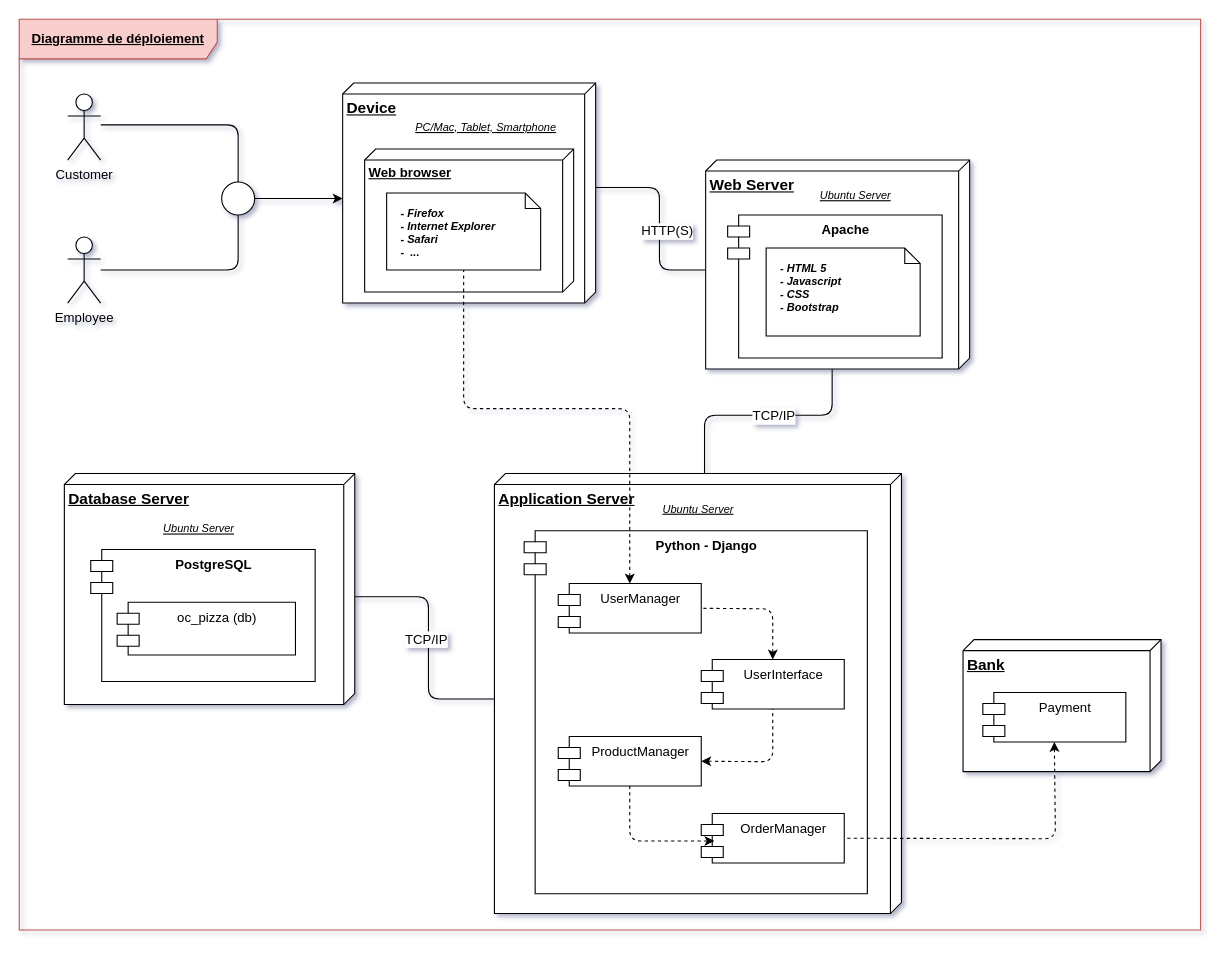
Above: Diagrammes/diagramme_deploiement.drawio in Eidocode/OC_Project6 (draw.io), before the change. Source tidied: cells renumbered, new cells numbered last; positions are measured from the earlier drawing's top-left corner, leaving out a move shared by most shapes. Both pictures are drawn from the tidied source at 110%, with x=0, y=0 at pixel (19, 19).
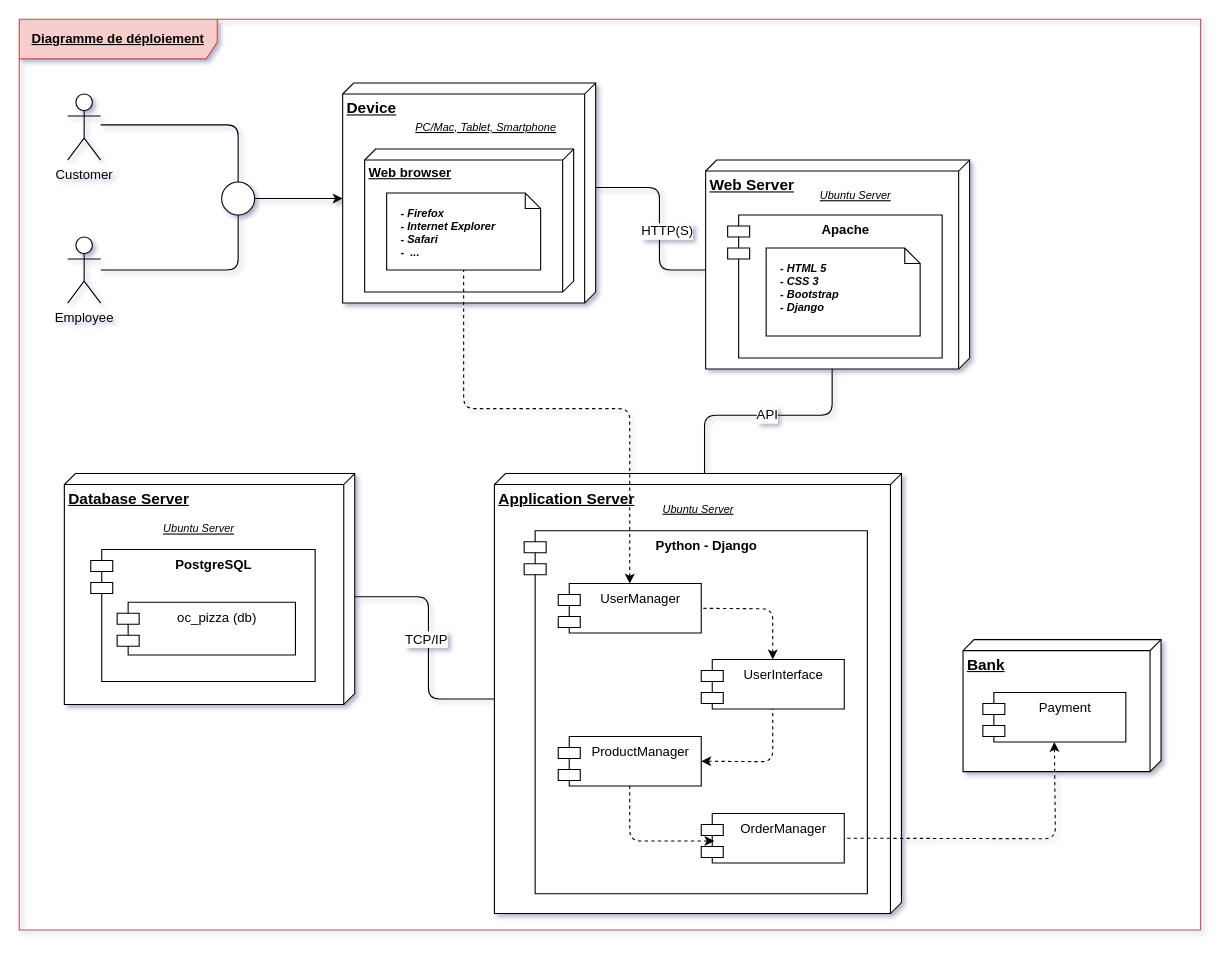
The same page after the edit.

The change refers to these unchanged cells:
```xml
<mxCell id="16" style="endArrow=none;html=1;fontSize=10;endFill=0;exitX=0;exitY=0;exitDx=190;exitDy=125;exitPerimeter=0;" parent="1" edge="1" source="19">
  <mxGeometry relative="1" as="geometry">
    <mxPoint x="623" y="414" as="targetPoint" />
    <Array as="points">
      <mxPoint x="739" y="360" />
      <mxPoint x="623" y="360" />
    </Array>
  </mxGeometry>
</mxCell>
<mxCell id="20" style="group;" parent="18" vertex="1">
  <mxGeometry x="20" y="50" width="195" height="130" as="geometry" />
</mxCell>
```

The edit, as a diff of the source:
```diff
@@
-    <mxCell id="17" value="TCP/IP" style="edgeLabel;html=1;align=center;verticalAlign=middle;fontSize=12;" parent="16" vertex="1">
+    <mxCell id="17" value="API" style="edgeLabel;html=1;align=center;verticalAlign=middle;fontSize=12;" parent="16" vertex="1">
       <mxGeometry x="-0.3" y="-2" relative="1" as="geometry">
-        <mxPoint x="-22" y="2" as="offset" />
+        <mxPoint x="-28" y="1" as="offset" />
       </mxGeometry>
     </mxCell>
@@
-    <mxCell id="22" value="&lt;b&gt;&lt;i&gt;&lt;br&gt;&amp;nbsp; &amp;nbsp; - HTML 5&lt;br&gt;&amp;nbsp; &amp;nbsp; - Javascript&lt;br&gt;&amp;nbsp; &amp;nbsp; - CSS&lt;br&gt;&amp;nbsp; &amp;nbsp; - Bootstrap&lt;br&gt;&lt;/i&gt;&lt;/b&gt;" style="shape=note;whiteSpace=wrap;html=1;size=14;verticalAlign=top;align=left;spacingTop=-6;fontSize=10;" parent="20" vertex="1">
+    <mxCell id="22" value="&lt;b&gt;&lt;i&gt;&lt;br&gt;&amp;nbsp; &amp;nbsp; - HTML 5&lt;br&gt;&amp;nbsp; &amp;nbsp; - CSS 3&lt;br&gt;&amp;nbsp; &amp;nbsp; -&amp;nbsp;&lt;/i&gt;&lt;/b&gt;&lt;b&gt;&lt;i&gt;Bootstrap&lt;/i&gt;&lt;/b&gt;&lt;b&gt;&lt;i&gt;&lt;br&gt;&amp;nbsp; &amp;nbsp; - Django&lt;br&gt;&lt;/i&gt;&lt;/b&gt;" style="shape=note;whiteSpace=wrap;html=1;size=14;verticalAlign=top;align=left;spacingTop=-6;fontSize=10;" parent="20" vertex="1">
       <mxGeometry x="35" y="30" width="140" height="80" as="geometry" />
     </mxCell>
```
